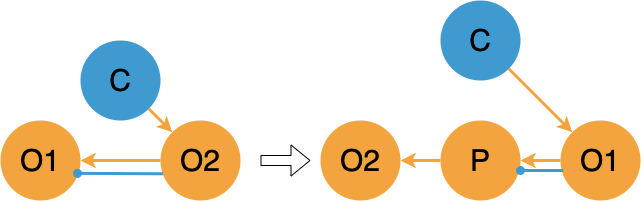
Before: Neurotechnologies_and_TRIZ/Proxy.png, a diagram exported from draw.io (max-talanov/1). Source tidied: cells renumbered, new cells last; positions are measured from the earlier drawing's top-left corner, leaving out a move shared by most shapes.
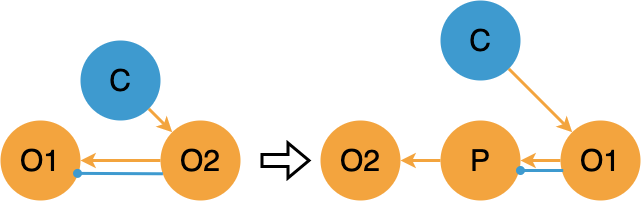
After the commit.

Commit message:
corrected proxy

Diff of the diagram source:
```diff
@@ -32,7 +32,7 @@
     <mxCell id="11" style="rounded=0;jettySize=auto;html=1;fontSize=30;strokeColor=#F3A43E;strokeWidth=3;" parent="1" edge="1" source="10" target="9">
       <mxGeometry relative="1" as="geometry" />
     </mxCell>
-    <mxCell id="12" style="shape=flexArrow;endArrow=classic;html=1;rounded=0;" parent="1" edge="1">
+    <mxCell id="12" style="shape=flexArrow;endArrow=classic;html=1;rounded=0;strokeWidth=3;" parent="1" edge="1">
       <mxGeometry relative="1" as="geometry">
         <mxPoint x="260" y="160" as="sourcePoint" />
         <mxPoint x="310" y="160" as="targetPoint" />
```
